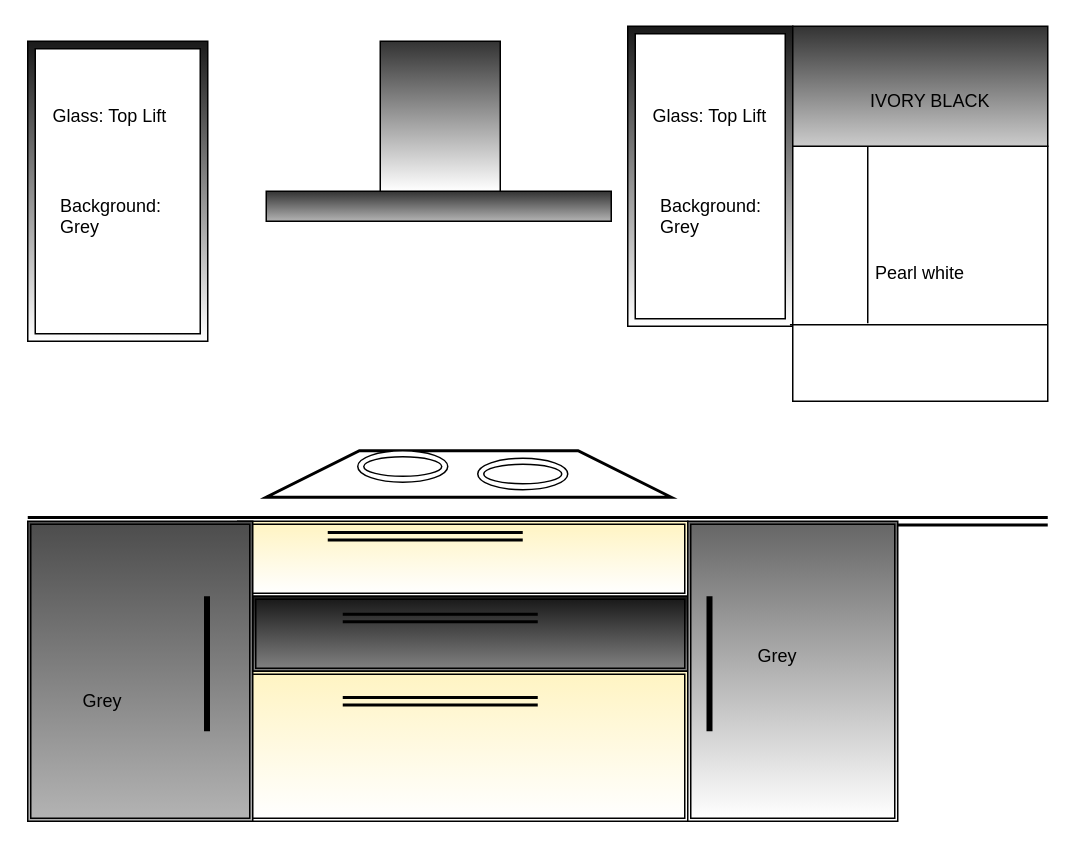
This is Kitchen4.drawio from ritam-mukherjee-it/sonestaa-interor-design, a draw.io file, before an edit. Source tidied: cells renumbered, new cells numbered last; positions are measured from the earlier drawing's top-left corner, leaving out a move shared by most shapes. Both pictures are drawn from the tidied source at 150%, with x=0, y=0 at pixel (27, 26).
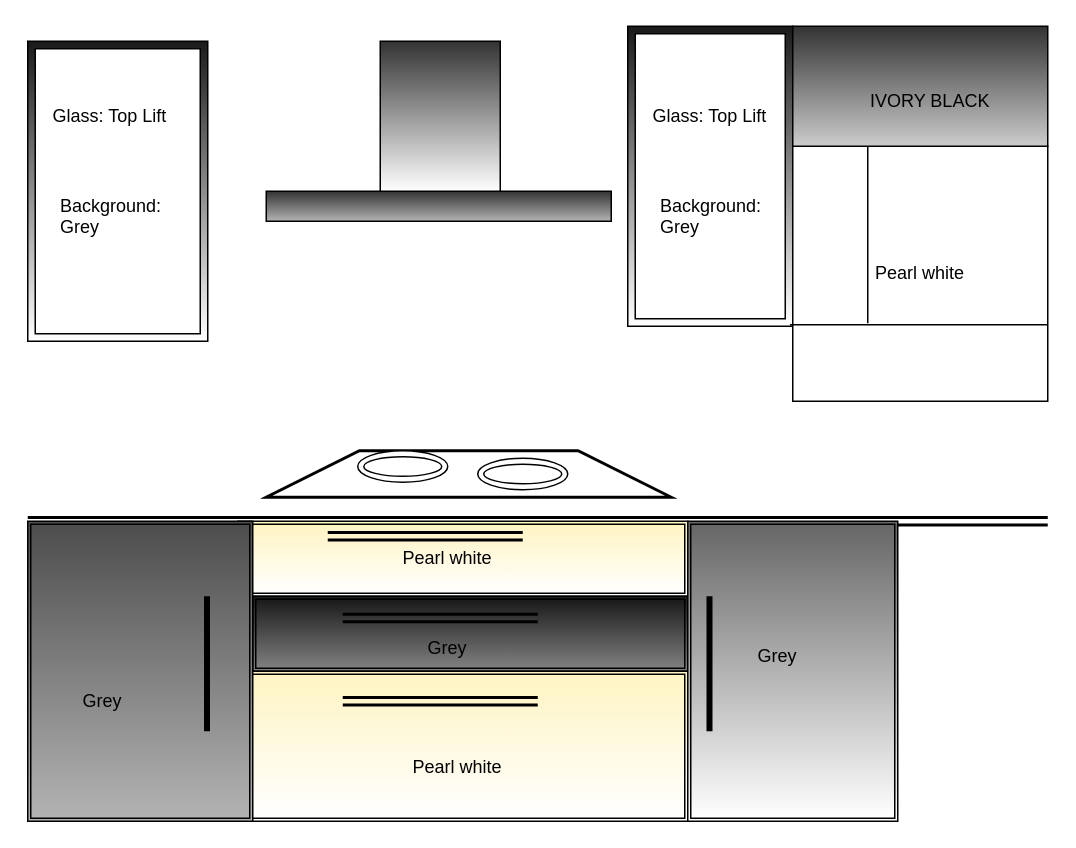
Above is the later version.

What changed in the source:
```diff
@@
+    <mxCell id="32" value="Pearl white" style="text;html=1;strokeColor=none;fillColor=none;align=center;verticalAlign=middle;whiteSpace=wrap;rounded=0;" parent="1" vertex="1">
+      <mxGeometry x="240" y="345" width="80" height="20" as="geometry" />
+    </mxCell>
+    <mxCell id="33" value="Pearl white" style="text;html=1;" parent="1" vertex="1">
+      <mxGeometry x="255" y="480" width="90" height="30" as="geometry" />
+    </mxCell>
+    <mxCell id="34" value="Grey" style="text;html=1;strokeColor=none;fillColor=none;align=center;verticalAlign=middle;whiteSpace=wrap;rounded=0;" parent="1" vertex="1">
+      <mxGeometry x="260" y="405" width="40" height="20" as="geometry" />
+    </mxCell>
```
